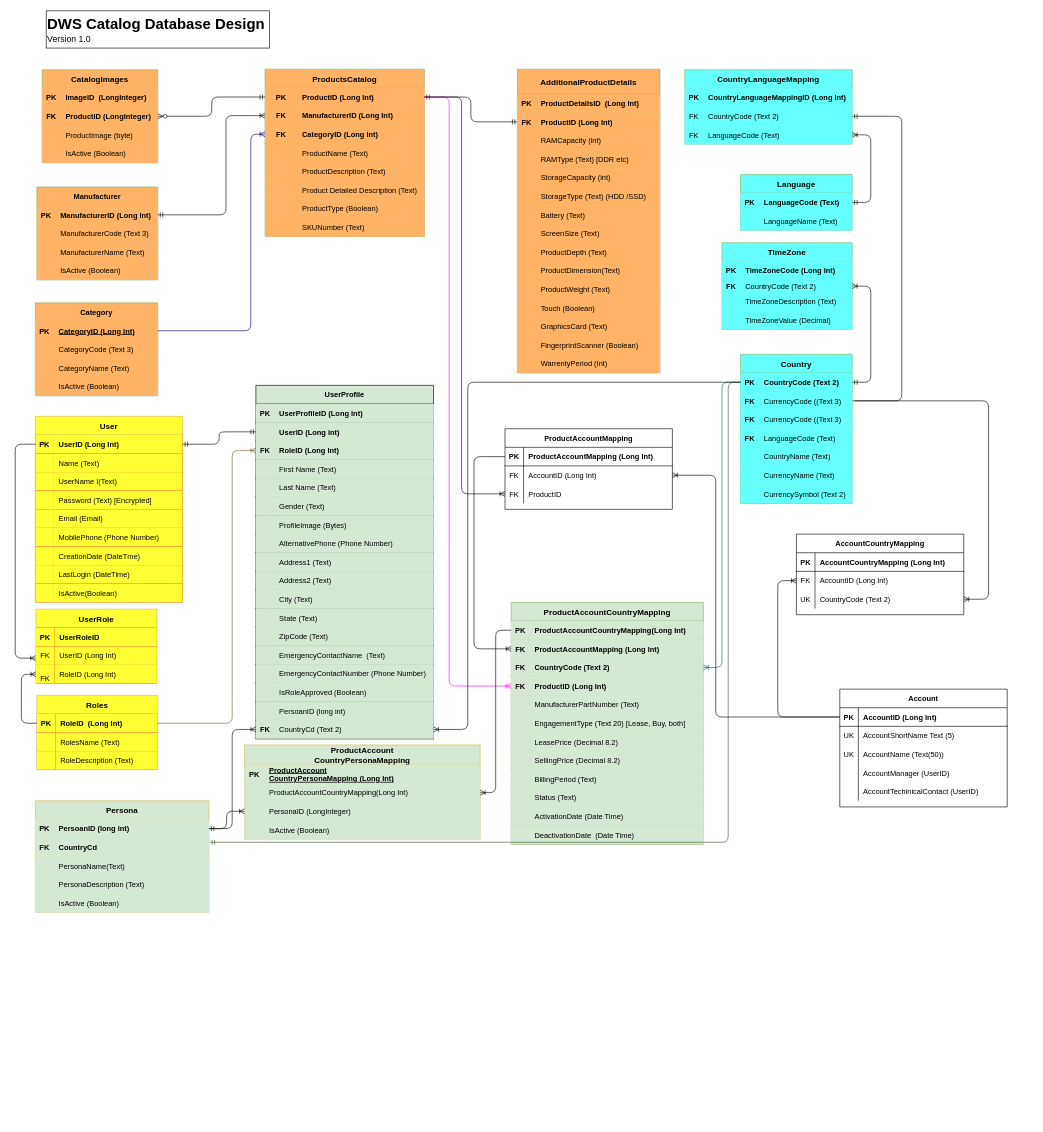
The draw.io diagram Drawings/CatalogDesign.drawio in bgunupati/DrawIO, before the edit. Source tidied: cells renumbered, new cells numbered last; positions are measured from the earlier drawing's top-left corner, leaving out a move shared by most shapes. Both pictures are drawn from the tidied source at 62%, with x=0, y=0 at pixel (15, 11).
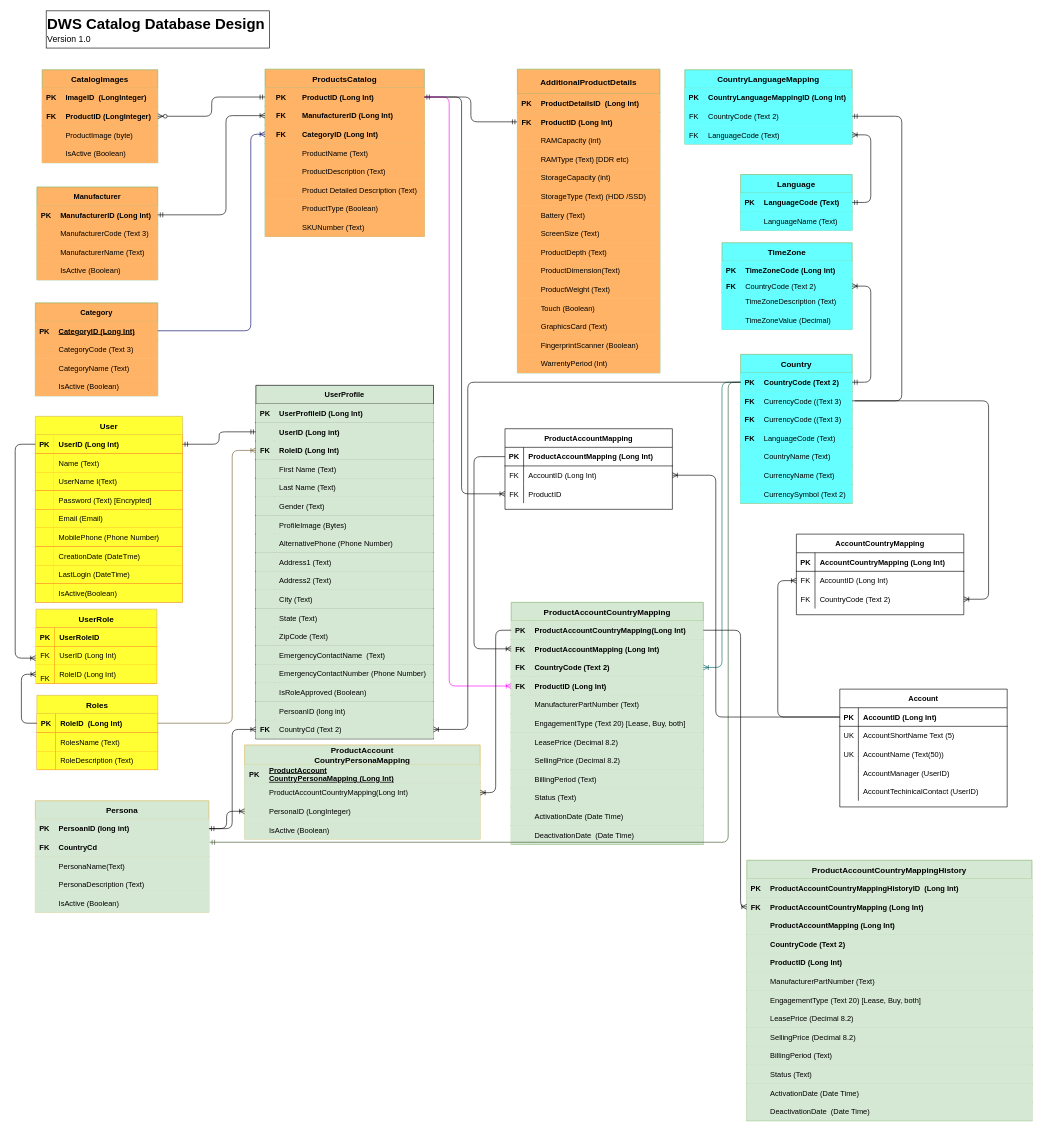
Above is the later version.

Commit message:
Added History Table

Unchanged cells that the change refers to:
```xml
<mxCell id="194" style="shape=partialRectangle;fillColor=#d5e8d4;top=0;left=0;bottom=1;right=0;points=[[0,0.5],[1,0.5]];portConstraint=eastwest;strokeColor=#82b366;" parent="193" vertex="1">
  <mxGeometry y="30" width="310" height="30" as="geometry" />
</mxCell>
<mxCell id="388" style="shape=partialRectangle;fillColor=none;top=0;left=0;bottom=0;right=0;points=[[0,0.5],[1,0.5]];portConstraint=eastwest;" parent="381" vertex="1">
  <mxGeometry y="90" width="270" height="30" as="geometry" />
</mxCell>
```

Diff of the diagram source:
```diff
@@
-    <mxCell id="389" value="UK" style="shape=partialRectangle;fillColor=none;top=0;left=0;bottom=0;right=0;overflow=hidden;" parent="388" vertex="1">
+    <mxCell id="389" value="FK" style="shape=partialRectangle;fillColor=none;top=0;left=0;bottom=0;right=0;overflow=hidden;" parent="388" vertex="1">
       <mxGeometry width="30" height="30" as="geometry" />
     </mxCell>
@@
+    <mxCell id="394" value="ProductAccountCountryMappingHistory" style="shape=table;startSize=30;childLayout=tableLayout;rowLines=0;fontStyle=1;align=center;fillColor=#d5e8d4;strokeColor=#82b366;fontSize=13;" parent="1" vertex="1">
+      <mxGeometry x="1180" y="1370" width="460" height="420" as="geometry" />
+    </mxCell>
+    <mxCell id="395" style="shape=partialRectangle;fillColor=#d5e8d4;top=0;left=0;bottom=1;right=0;strokeColor=#82b366;" parent="394" vertex="1">
+      <mxGeometry y="30" width="460" height="30" as="geometry" />
+    </mxCell>
+    <mxCell id="396" value="PK" style="shape=partialRectangle;fillColor=#d5e8d4;top=0;left=0;bottom=0;right=0;fontStyle=1;overflow=hidden;strokeColor=#82b366;" parent="395" vertex="1">
+      <mxGeometry width="30" height="30" as="geometry" />
+    </mxCell>
+    <mxCell id="397" value="ProductAccountCountryMappingHistoryID  (Long Int)" style="shape=partialRectangle;fillColor=#d5e8d4;top=0;left=0;bottom=0;right=0;align=left;spacingLeft=6;fontStyle=1;overflow=hidden;strokeColor=#82b366;" parent="395" vertex="1">
+      <mxGeometry x="30" width="430" height="30" as="geometry" />
+    </mxCell>
+    <mxCell id="398" style="shape=partialRectangle;fillColor=#d5e8d4;top=0;left=0;bottom=1;right=0;points=[[0,0.5],[1,0.5]];portConstraint=eastwest;strokeColor=#82b366;" parent="394" vertex="1">
+      <mxGeometry y="60" width="460" height="30" as="geometry" />
+    </mxCell>
+    <mxCell id="399" value="FK" style="shape=partialRectangle;fillColor=#d5e8d4;top=0;left=0;bottom=0;right=0;fontStyle=1;overflow=hidden;strokeColor=#82b366;" parent="398" vertex="1">
+      <mxGeometry width="30" height="30" as="geometry" />
+    </mxCell>
+    <mxCell id="400" value="ProductAccountCountryMapping (Long Int)" style="shape=partialRectangle;fillColor=#d5e8d4;top=0;left=0;bottom=0;right=0;align=left;spacingLeft=6;fontStyle=1;overflow=hidden;strokeColor=#82b366;" parent="398" vertex="1">
+      <mxGeometry x="30" width="430" height="30" as="geometry" />
+    </mxCell>
+    <mxCell id="401" style="shape=partialRectangle;fillColor=#d5e8d4;top=0;left=0;bottom=1;right=0;strokeColor=#82b366;" parent="394" vertex="1">
+      <mxGeometry y="90" width="460" height="30" as="geometry" />
+    </mxCell>
+    <mxCell id="402" style="shape=partialRectangle;fillColor=#d5e8d4;top=0;left=0;bottom=0;right=0;fontStyle=1;overflow=hidden;strokeColor=#82b366;" parent="401" vertex="1">
+      <mxGeometry width="30" height="30" as="geometry" />
+    </mxCell>
+    <mxCell id="403" value="ProductAccountMapping (Long Int)" style="shape=partialRectangle;fillColor=#d5e8d4;top=0;left=0;bottom=0;right=0;align=left;spacingLeft=6;fontStyle=1;overflow=hidden;strokeColor=#82b366;" parent="401" vertex="1">
+      <mxGeometry x="30" width="430" height="30" as="geometry" />
+    </mxCell>
+    <mxCell id="404" style="shape=partialRectangle;fillColor=#d5e8d4;top=0;left=0;bottom=1;right=0;strokeColor=#82b366;" parent="394" vertex="1">
+      <mxGeometry y="120" width="460" height="30" as="geometry" />
+    </mxCell>
+    <mxCell id="405" style="shape=partialRectangle;fillColor=#d5e8d4;top=0;left=0;bottom=0;right=0;fontStyle=1;overflow=hidden;strokeColor=#82b366;" parent="404" vertex="1">
+      <mxGeometry width="30" height="30" as="geometry" />
+    </mxCell>
+    <mxCell id="406" value="CountryCode (Text 2)" style="shape=partialRectangle;fillColor=#d5e8d4;top=0;left=0;bottom=0;right=0;align=left;spacingLeft=6;fontStyle=1;overflow=hidden;strokeColor=#82b366;" parent="404" vertex="1">
+      <mxGeometry x="30" width="430" height="30" as="geometry" />
+    </mxCell>
+    <mxCell id="407" style="shape=partialRectangle;fillColor=#d5e8d4;top=0;left=0;bottom=1;right=0;strokeColor=#82b366;" parent="394" vertex="1">
+      <mxGeometry y="150" width="460" height="30" as="geometry" />
+    </mxCell>
+    <mxCell id="408" style="shape=partialRectangle;fillColor=#d5e8d4;top=0;left=0;bottom=0;right=0;fontStyle=1;overflow=hidden;strokeColor=#82b366;" parent="407" vertex="1">
+      <mxGeometry width="30" height="30" as="geometry" />
+    </mxCell>
+    <mxCell id="409" value="ProductID (Long Int)" style="shape=partialRectangle;fillColor=#d5e8d4;top=0;left=0;bottom=0;right=0;align=left;spacingLeft=6;fontStyle=1;overflow=hidden;strokeColor=#82b366;" parent="407" vertex="1">
+      <mxGeometry x="30" width="430" height="30" as="geometry" />
+    </mxCell>
+    <mxCell id="410" style="shape=partialRectangle;fillColor=#d5e8d4;top=0;left=0;bottom=1;right=0;strokeColor=#82b366;" parent="394" vertex="1">
+      <mxGeometry y="180" width="460" height="30" as="geometry" />
+    </mxCell>
+    <mxCell id="411" style="shape=partialRectangle;fillColor=#d5e8d4;top=0;left=0;bottom=0;right=0;fontStyle=1;overflow=hidden;strokeColor=#82b366;" parent="410" vertex="1">
+      <mxGeometry width="30" height="30" as="geometry" />
+    </mxCell>
+    <mxCell id="412" value="ManufacturerPartNumber (Text)" style="shape=partialRectangle;fillColor=#d5e8d4;top=0;left=0;bottom=0;right=0;align=left;spacingLeft=6;fontStyle=0;overflow=hidden;strokeColor=#82b366;" parent="410" vertex="1">
+      <mxGeometry x="30" width="430" height="30" as="geometry" />
+    </mxCell>
+    <mxCell id="413" style="shape=partialRectangle;fillColor=#d5e8d4;top=0;left=0;bottom=1;right=0;strokeColor=#82b366;" parent="394" vertex="1">
+      <mxGeometry y="210" width="460" height="30" as="geometry" />
+    </mxCell>
+    <mxCell id="414" style="shape=partialRectangle;fillColor=#d5e8d4;top=0;left=0;bottom=0;right=0;fontStyle=1;overflow=hidden;strokeColor=#82b366;" parent="413" vertex="1">
+      <mxGeometry width="30" height="30" as="geometry" />
+    </mxCell>
+    <mxCell id="415" value="EngagementType (Text 20) [Lease, Buy, both]" style="shape=partialRectangle;fillColor=#d5e8d4;top=0;left=0;bottom=0;right=0;align=left;spacingLeft=6;fontStyle=0;overflow=hidden;strokeColor=#82b366;" parent="413" vertex="1">
+      <mxGeometry x="30" width="430" height="30" as="geometry" />
+    </mxCell>
+    <mxCell id="416" style="shape=partialRectangle;fillColor=#d5e8d4;top=0;left=0;bottom=1;right=0;strokeColor=#82b366;" parent="394" vertex="1">
+      <mxGeometry y="240" width="460" height="30" as="geometry" />
+    </mxCell>
+    <mxCell id="417" style="shape=partialRectangle;fillColor=#d5e8d4;top=0;left=0;bottom=0;right=0;fontStyle=1;overflow=hidden;strokeColor=#82b366;" parent="416" vertex="1">
+      <mxGeometry width="30" height="30" as="geometry" />
+    </mxCell>
+    <mxCell id="418" value="LeasePrice (Decimal 8.2)" style="shape=partialRectangle;fillColor=#d5e8d4;top=0;left=0;bottom=0;right=0;align=left;spacingLeft=6;fontStyle=0;overflow=hidden;strokeColor=#82b366;" parent="416" vertex="1">
+      <mxGeometry x="30" width="430" height="30" as="geometry" />
+    </mxCell>
+    <mxCell id="419" style="shape=partialRectangle;fillColor=#d5e8d4;top=0;left=0;bottom=1;right=0;strokeColor=#82b366;" parent="394" vertex="1">
+      <mxGeometry y="270" width="460" height="30" as="geometry" />
+    </mxCell>
+    <mxCell id="420" style="shape=partialRectangle;fillColor=#d5e8d4;top=0;left=0;bottom=0;right=0;fontStyle=1;overflow=hidden;strokeColor=#82b366;" parent="419" vertex="1">
+      <mxGeometry width="30" height="30" as="geometry" />
+    </mxCell>
+    <mxCell id="421" value="SellingPrice (Decimal 8.2)" style="shape=partialRectangle;fillColor=#d5e8d4;top=0;left=0;bottom=0;right=0;align=left;spacingLeft=6;fontStyle=0;overflow=hidden;strokeColor=#82b366;" parent="419" vertex="1">
+      <mxGeometry x="30" width="430" height="30" as="geometry" />
+    </mxCell>
+    <mxCell id="422" style="shape=partialRectangle;fillColor=#d5e8d4;top=0;left=0;bottom=1;right=0;strokeColor=#82b366;" parent="394" vertex="1">
+      <mxGeometry y="300" width="460" height="30" as="geometry" />
+    </mxCell>
+    <mxCell id="423" style="shape=partialRectangle;fillColor=#d5e8d4;top=0;left=0;bottom=0;right=0;fontStyle=1;overflow=hidden;strokeColor=#82b366;" parent="422" vertex="1">
+      <mxGeometry width="30" height="30" as="geometry" />
+    </mxCell>
+    <mxCell id="424" value="BillingPeriod (Text)" style="shape=partialRectangle;fillColor=#d5e8d4;top=0;left=0;bottom=0;right=0;align=left;spacingLeft=6;fontStyle=0;overflow=hidden;strokeColor=#82b366;" parent="422" vertex="1">
+      <mxGeometry x="30" width="430" height="30" as="geometry" />
+    </mxCell>
+    <mxCell id="425" style="shape=partialRectangle;fillColor=#d5e8d4;top=0;left=0;bottom=1;right=0;strokeColor=#82b366;" parent="394" vertex="1">
+      <mxGeometry y="330" width="460" height="30" as="geometry" />
+    </mxCell>
+    <mxCell id="426" style="shape=partialRectangle;fillColor=#d5e8d4;top=0;left=0;bottom=0;right=0;fontStyle=1;overflow=hidden;strokeColor=#82b366;" parent="425" vertex="1">
+      <mxGeometry width="30" height="30" as="geometry" />
+    </mxCell>
+    <mxCell id="427" value="Status (Text)" style="shape=partialRectangle;fillColor=#d5e8d4;top=0;left=0;bottom=0;right=0;align=left;spacingLeft=6;fontStyle=0;overflow=hidden;strokeColor=#82b366;" parent="425" vertex="1">
+      <mxGeometry x="30" width="430" height="30" as="geometry" />
+    </mxCell>
+    <mxCell id="428" style="shape=partialRectangle;fillColor=#d5e8d4;top=0;left=0;bottom=1;right=0;strokeColor=#82b366;" parent="394" vertex="1">
+      <mxGeometry y="360" width="460" height="30" as="geometry" />
+    </mxCell>
+    <mxCell id="429" style="shape=partialRectangle;fillColor=#d5e8d4;top=0;left=0;bottom=0;right=0;fontStyle=1;overflow=hidden;strokeColor=#82b366;" parent="428" vertex="1">
+      <mxGeometry width="30" height="30" as="geometry" />
+    </mxCell>
+    <mxCell id="430" value="ActivationDate (Date Time)" style="shape=partialRectangle;fillColor=#d5e8d4;top=0;left=0;bottom=0;right=0;align=left;spacingLeft=6;fontStyle=0;overflow=hidden;strokeColor=#82b366;" parent="428" vertex="1">
+      <mxGeometry x="30" width="430" height="30" as="geometry" />
+    </mxCell>
+    <mxCell id="431" style="shape=partialRectangle;fillColor=#d5e8d4;top=0;left=0;bottom=1;right=0;strokeColor=#82b366;" parent="394" vertex="1">
+      <mxGeometry y="390" width="460" height="30" as="geometry" />
+    </mxCell>
+    <mxCell id="432" style="shape=partialRectangle;fillColor=#d5e8d4;top=0;left=0;bottom=0;right=0;fontStyle=1;overflow=hidden;strokeColor=#82b366;" parent="431" vertex="1">
+      <mxGeometry width="30" height="30" as="geometry" />
+    </mxCell>
+    <mxCell id="433" value="DeactivationDate  (Date Time)" style="shape=partialRectangle;fillColor=#d5e8d4;top=0;left=0;bottom=0;right=0;align=left;spacingLeft=6;fontStyle=0;overflow=hidden;strokeColor=#82b366;" parent="431" vertex="1">
+      <mxGeometry x="30" width="430" height="30" as="geometry" />
+    </mxCell>
+    <mxCell id="434" style="edgeStyle=elbowEdgeStyle;fontSize=12;html=1;endArrow=ERoneToMany;entryX=0;entryY=0.5;entryDx=0;entryDy=0;exitX=1;exitY=0.5;exitDx=0;exitDy=0;" parent="1" edge="1" source="194" target="398">
+      <mxGeometry relative="1" as="geometry">
+        <Array as="points">
+          <mxPoint x="1170" y="1260" />
+        </Array>
+      </mxGeometry>
+    </mxCell>
```
